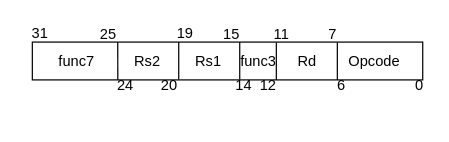
Earlier version of the draw.io diagram LAB3/homebook/images/sources/Rtype.drawio (campandrea/Lab_ISA). Source tidied: cells renumbered, new cells numbered last; positions are measured from the earlier drawing's top-left corner, leaving out a move shared by most shapes. Both pictures are drawn from the tidied source at 122%, with x=0, y=0 at pixel (21, 21).
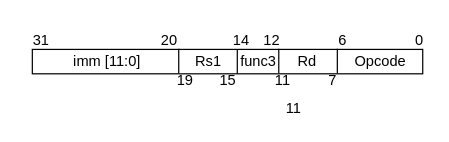
After the change.

Change to the diagram source:
```diff
@@
     <mxCell id="2" style="rounded=0;whiteSpace=wrap;html=1;" parent="1" vertex="1">
-      <mxGeometry x="9" y="17" width="320" height="31" as="geometry" />
+      <mxGeometry x="9" y="23" width="320" height="20" as="geometry" />
     </mxCell>
-    <mxCell id="3" style="endArrow=none;html=1;exitX=0.219;exitY=0.999;exitDx=0;exitDy=0;exitPerimeter=0;" parent="1" edge="1" source="2">
-      <mxGeometry relative="1" as="geometry">
-        <mxPoint x="79" y="17" as="targetPoint" />
-      </mxGeometry>
-    </mxCell>
-    <mxCell id="4" style="endArrow=none;html=1;exitX=0.375;exitY=0.987;exitDx=0;exitDy=0;exitPerimeter=0;" parent="1" edge="1" source="2">
-      <mxGeometry relative="1" as="geometry">
-        <mxPoint x="129" y="17" as="targetPoint" />
-      </mxGeometry>
-    </mxCell>
-    <mxCell id="5" value="func7" style="text;html=1;align=center;verticalAlign=middle;" parent="1" vertex="1">
-      <mxGeometry x="20" y="23" width="50" height="20" as="geometry" />
+    <mxCell id="5" value="imm [11:0]" style="text;html=1;align=center;verticalAlign=middle;" parent="1" vertex="1">
+      <mxGeometry x="37" y="23.5" width="66" height="19" as="geometry" />
     </mxCell>
-    <mxCell id="6" value="Rs2" style="text;html=1;align=center;verticalAlign=middle;" parent="1" vertex="1">
-      <mxGeometry x="83" y="22.5" width="40" height="20" as="geometry" />
-    </mxCell>
@@
     <mxCell id="10" value="Opcode" style="text;html=1;align=center;verticalAlign=middle;" parent="1" vertex="1">
-      <mxGeometry x="259" y="22.5" width="60" height="20" as="geometry" />
+      <mxGeometry x="264" y="23" width="60" height="20" as="geometry" />
     </mxCell>
     <mxCell id="11" value="31" style="text;html=1;align=center;verticalAlign=middle;" parent="1" vertex="1">
-      <mxGeometry width="30" height="20" as="geometry" />
+      <mxGeometry x="1" y="5.5" width="30" height="20" as="geometry" />
     </mxCell>
-    <mxCell id="12" value="25" style="text;html=1;align=center;verticalAlign=middle;" parent="1" vertex="1">
-      <mxGeometry x="56" y="1" width="30" height="20" as="geometry" />
-    </mxCell>
-    <mxCell id="13" value="24" style="text;html=1;align=center;verticalAlign=middle;" parent="1" vertex="1">
-      <mxGeometry x="72" y="43" width="25" height="19" as="geometry" />
-    </mxCell>
     <mxCell id="14" value="20" style="text;html=1;align=center;verticalAlign=middle;" parent="1" vertex="1">
-      <mxGeometry x="108" y="43" width="25" height="19" as="geometry" />
+      <mxGeometry x="108" y="6" width="25" height="19" as="geometry" />
     </mxCell>
     <mxCell id="15" value="19" style="text;html=1;align=center;verticalAlign=middle;" parent="1" vertex="1">
-      <mxGeometry x="121" y="0.5" width="25" height="19" as="geometry" />
+      <mxGeometry x="121" y="39" width="25" height="19" as="geometry" />
     </mxCell>
     <mxCell id="16" value="15" style="text;html=1;align=center;verticalAlign=middle;" parent="1" vertex="1">
-      <mxGeometry x="159" y="1" width="25" height="19" as="geometry" />
+      <mxGeometry x="156.5" y="39" width="25" height="19" as="geometry" />
     </mxCell>
     <mxCell id="17" value="14" style="text;html=1;align=center;verticalAlign=middle;" parent="1" vertex="1">
-      <mxGeometry x="169" y="43" width="25" height="19" as="geometry" />
+      <mxGeometry x="167" y="6" width="25" height="19" as="geometry" />
     </mxCell>
     <mxCell id="18" value="12" style="text;html=1;align=center;verticalAlign=middle;" parent="1" vertex="1">
-      <mxGeometry x="189" y="43" width="25" height="19" as="geometry" />
+      <mxGeometry x="192" y="6" width="25" height="19" as="geometry" />
     </mxCell>
     <mxCell id="19" value="11" style="text;html=1;align=center;verticalAlign=middle;" parent="1" vertex="1">
-      <mxGeometry x="201" y="1.5" width="24" height="19" as="geometry" />
+      <mxGeometry x="211" y="62" width="24" height="19" as="geometry" />
     </mxCell>
     <mxCell id="20" value="7" style="text;html=1;align=center;verticalAlign=middle;" parent="1" vertex="1">
-      <mxGeometry x="246" y="1" width="17" height="19" as="geometry" />
+      <mxGeometry x="246" y="39" width="17" height="19" as="geometry" />
     </mxCell>
     <mxCell id="21" value="6" style="text;html=1;align=center;verticalAlign=middle;" parent="1" vertex="1">
-      <mxGeometry x="253" y="43" width="17" height="19" as="geometry" />
+      <mxGeometry x="254" y="6" width="17" height="19" as="geometry" />
     </mxCell>
     <mxCell id="22" value="0" style="text;html=1;align=center;verticalAlign=middle;" parent="1" vertex="1">
-      <mxGeometry x="317" y="43" width="17" height="19" as="geometry" />
+      <mxGeometry x="317" y="6" width="17" height="19" as="geometry" />
     </mxCell>
-    <mxCell id="23" style="endArrow=none;html=1;exitX=0.375;exitY=0.987;exitDx=0;exitDy=0;exitPerimeter=0;" parent="1" edge="1">
-      <mxGeometry relative="1" as="geometry">
-        <mxPoint x="179" y="47.6" as="sourcePoint" />
-        <mxPoint x="179" y="17" as="targetPoint" />
-      </mxGeometry>
-    </mxCell>
-    <mxCell id="24" style="endArrow=none;html=1;exitX=0.375;exitY=0.987;exitDx=0;exitDy=0;exitPerimeter=0;" parent="1" edge="1">
-      <mxGeometry relative="1" as="geometry">
-        <mxPoint x="209" y="48" as="sourcePoint" />
-        <mxPoint x="209" y="17.4" as="targetPoint" />
-      </mxGeometry>
-    </mxCell>
-    <mxCell id="25" style="endArrow=none;html=1;exitX=0.375;exitY=0.987;exitDx=0;exitDy=0;exitPerimeter=0;" parent="1" edge="1">
+    <mxCell id="25" style="endArrow=none;html=1;" parent="1" edge="1">
       <mxGeometry relative="1" as="geometry">
-        <mxPoint x="259" y="48" as="sourcePoint" />
-        <mxPoint x="259" y="17.4" as="targetPoint" />
+        <mxPoint x="259" y="42.5" as="sourcePoint" />
+        <mxPoint x="259" y="22.5" as="targetPoint" />
         <Array as="points">
-          <mxPoint x="259" y="33" />
+          <mxPoint x="259" y="30.5" />
         </Array>
       </mxGeometry>
     </mxCell>
+    <mxCell id="26" style="endArrow=none;html=1;" parent="1" edge="1">
+      <mxGeometry relative="1" as="geometry">
+        <mxPoint x="211" y="42.5" as="sourcePoint" />
+        <mxPoint x="211" y="22.5" as="targetPoint" />
+        <Array as="points">
+          <mxPoint x="211" y="30.5" />
+        </Array>
+      </mxGeometry>
+    </mxCell>
+    <mxCell id="27" style="endArrow=none;html=1;" parent="1" edge="1">
+      <mxGeometry relative="1" as="geometry">
+        <mxPoint x="177" y="43" as="sourcePoint" />
+        <mxPoint x="177" y="23" as="targetPoint" />
+        <Array as="points">
+          <mxPoint x="177" y="31" />
+        </Array>
+      </mxGeometry>
+    </mxCell>
+    <mxCell id="28" style="endArrow=none;html=1;" parent="1" edge="1">
+      <mxGeometry relative="1" as="geometry">
+        <mxPoint x="129" y="42.5" as="sourcePoint" />
+        <mxPoint x="129" y="22.5" as="targetPoint" />
+        <Array as="points">
+          <mxPoint x="129" y="30.5" />
+        </Array>
+      </mxGeometry>
+    </mxCell>
+    <mxCell id="29" value="11" style="text;html=1;align=center;verticalAlign=middle;" parent="1" vertex="1">
+      <mxGeometry x="202" y="39" width="24" height="19" as="geometry" />
+    </mxCell>
```
